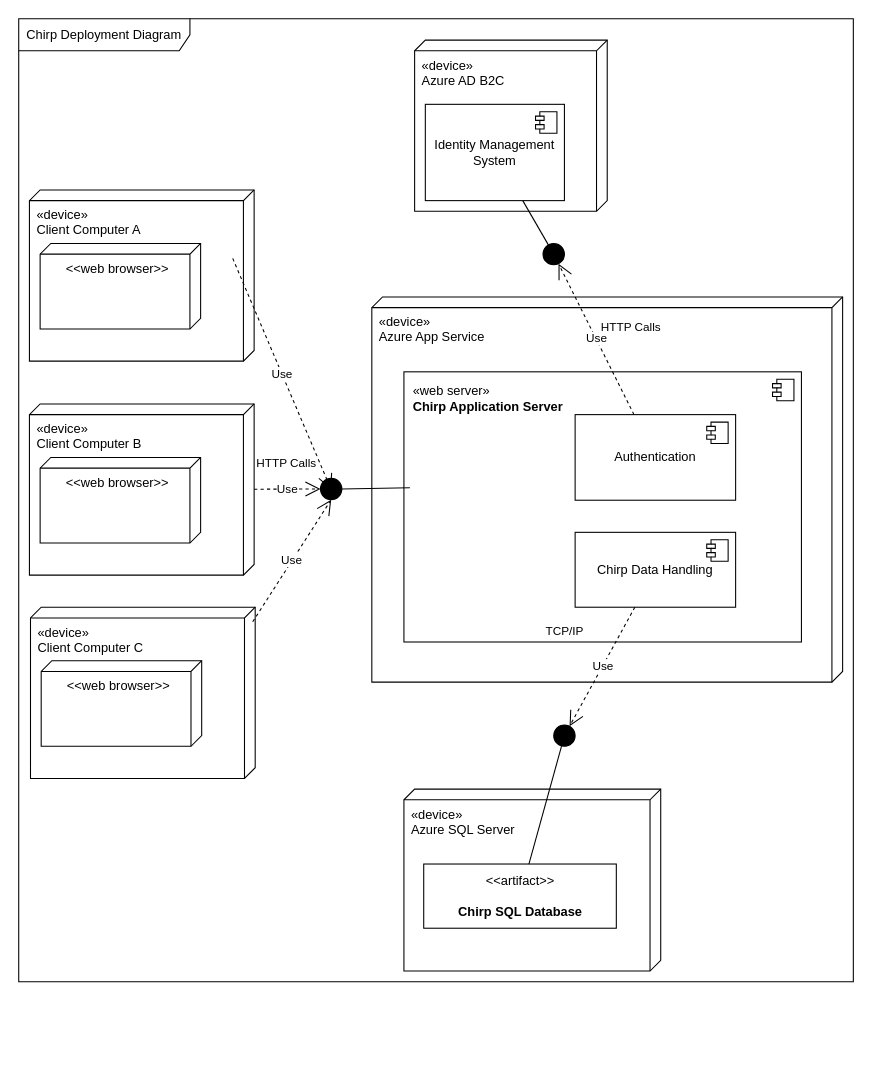
Earlier version of the draw.io diagram docs/diagrams/ArchitectureDeploy.drawio (ITU-BDSA23-GROUP21/Chirp). Source tidied: cells renumbered, new cells numbered last; positions are measured from the earlier drawing's top-left corner, leaving out a move shared by most shapes. Both pictures are drawn from the tidied source at 107%, with x=0, y=0 at pixel (18, 18).
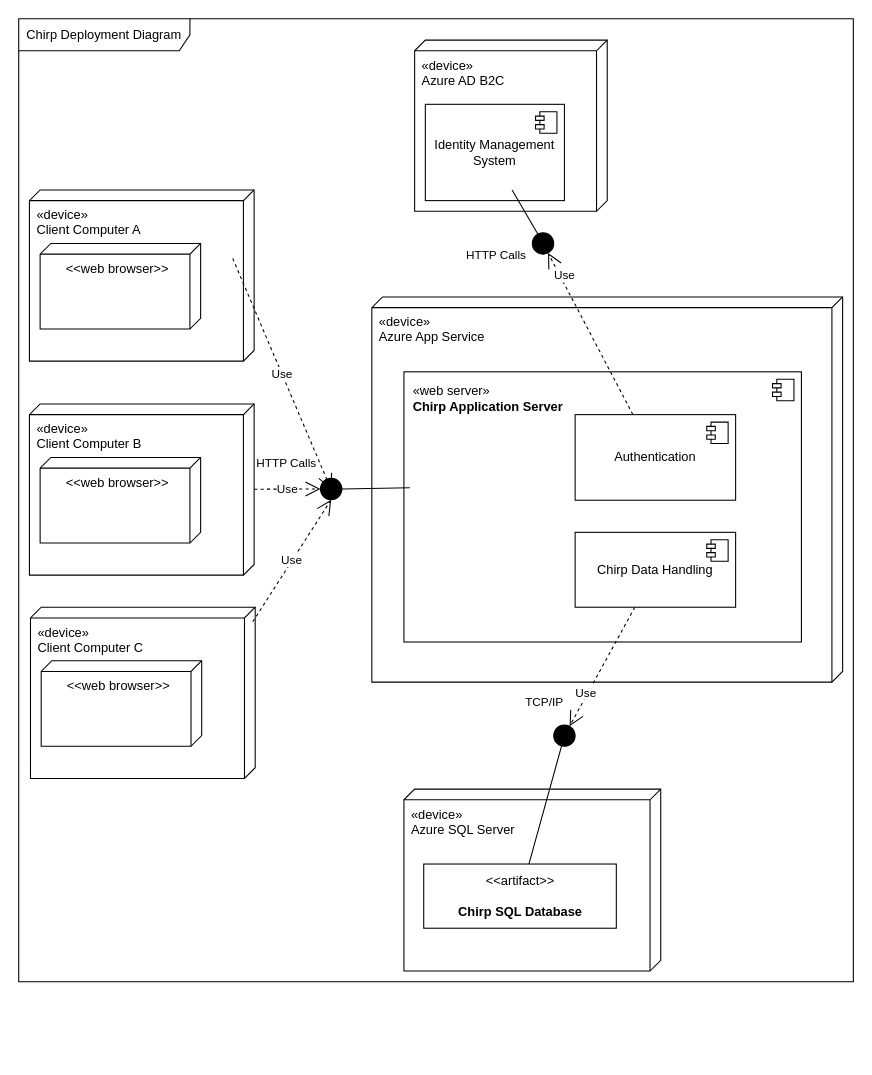
The same page after the edit.

Commit message (it also covers changes not shown here):
move text on diagram

Unchanged cells that the change refers to:
```xml
<mxCell id="8" value="Authentication" style="html=1;whiteSpace=wrap;" parent="4" vertex="1">
  <mxGeometry x="190" y="110" width="150" height="80" as="geometry" />
</mxCell>
<mxCell id="10" value="Chirp Data Handling" style="html=1;whiteSpace=wrap;" parent="4" vertex="1">
  <mxGeometry x="190" y="220" width="150" height="70" as="geometry" />
</mxCell>
<mxCell id="14" value="Identity Management System" style="html=1;whiteSpace=wrap;" parent="12" vertex="1">
  <mxGeometry x="10" y="60" width="130" height="90" as="geometry" />
</mxCell>
<mxCell id="18" value="&amp;lt;&amp;lt;artifact&amp;gt;&amp;gt;&lt;br&gt;&lt;br&gt;&lt;b&gt;Chirp SQL Database&lt;/b&gt;" style="html=1;align=center;verticalAlign=middle;dashed=0;whiteSpace=wrap;" parent="16" vertex="1">
  <mxGeometry x="18.5" y="70" width="180" height="60" as="geometry" />
</mxCell>
<mxCell id="33" style="ellipse;fillColor=strokeColor;html=1;" parent="1" vertex="1">
  <mxGeometry x="500" y="660" width="20" height="20" as="geometry" />
</mxCell>
```

Diff of the diagram source:
```diff
@@
     <mxCell id="27" value="Use" style="endArrow=open;endSize=12;dashed=1;html=1;rounded=0;" parent="1" edge="1" source="8" target="34">
-      <mxGeometry relative="1" as="geometry" />
+      <mxGeometry x="0.7" y="-4" relative="1" as="geometry" />
     </mxCell>
     <mxCell id="28" value="HTTP Calls" style="edgeLabel;html=1;align=center;verticalAlign=middle;" parent="27" vertex="1">
       <mxGeometry x="0.41" y="2" relative="1" as="geometry">
-        <mxPoint x="48" y="16" as="offset" />
+        <mxPoint x="-71" y="-44" as="offset" />
       </mxGeometry>
     </mxCell>
     <mxCell id="29" value="Use" style="endArrow=open;endSize=12;dashed=1;html=1;rounded=0;" parent="1" edge="1" source="10" target="33">
-      <mxGeometry relative="1" as="geometry" />
+      <mxGeometry x="0.45" y="-2" relative="1" as="geometry" />
     </mxCell>
     <mxCell id="30" value="TCP/IP" style="edgeLabel;html=1;align=center;verticalAlign=middle;" parent="29" vertex="1">
       <mxGeometry x="0.41" y="2" relative="1" as="geometry">
-        <mxPoint x="-25" y="-57" as="offset" />
+        <mxPoint x="-44" y="10" as="offset" />
       </mxGeometry>
     </mxCell>
@@
+    <mxCell id="35" style="endArrow=none;html=1;rounded=0;" parent="1" edge="1" source="18" target="33">
+      <mxGeometry relative="1" as="geometry" />
+    </mxCell>
+    <mxCell id="37" value="Chirp Deployment Diagram" style="shape=umlFrame;whiteSpace=wrap;html=1;width=160;" parent="1" vertex="1">
+      <mxGeometry width="780" height="900" as="geometry" />
+    </mxCell>
-    <mxCell id="34" style="ellipse;fillColor=strokeColor;html=1;" parent="1" vertex="1">
-      <mxGeometry x="490" y="210" width="20" height="20" as="geometry" />
+    <mxCell id="34" style="ellipse;fillColor=strokeColor;html=1;" parent="37" vertex="1">
+      <mxGeometry x="480" y="200" width="20" height="20" as="geometry" />
     </mxCell>
-    <mxCell id="35" style="endArrow=none;html=1;rounded=0;" parent="1" edge="1" source="18" target="33">
-      <mxGeometry relative="1" as="geometry" />
-    </mxCell>
-    <mxCell id="36" style="endArrow=none;html=1;rounded=0;" parent="1" edge="1" source="14" target="34">
-      <mxGeometry relative="1" as="geometry" />
+    <mxCell id="36" style="endArrow=none;html=1;rounded=0;" parent="37" edge="1" target="34">
+      <mxGeometry relative="1" as="geometry">
+        <mxPoint x="461.1" y="160" as="sourcePoint" />
+      </mxGeometry>
     </mxCell>
-    <mxCell id="37" value="Chirp Deployment Diagram" style="shape=umlFrame;whiteSpace=wrap;html=1;width=160;" parent="1" vertex="1">
-      <mxGeometry width="780" height="900" as="geometry" />
-    </mxCell>
```
